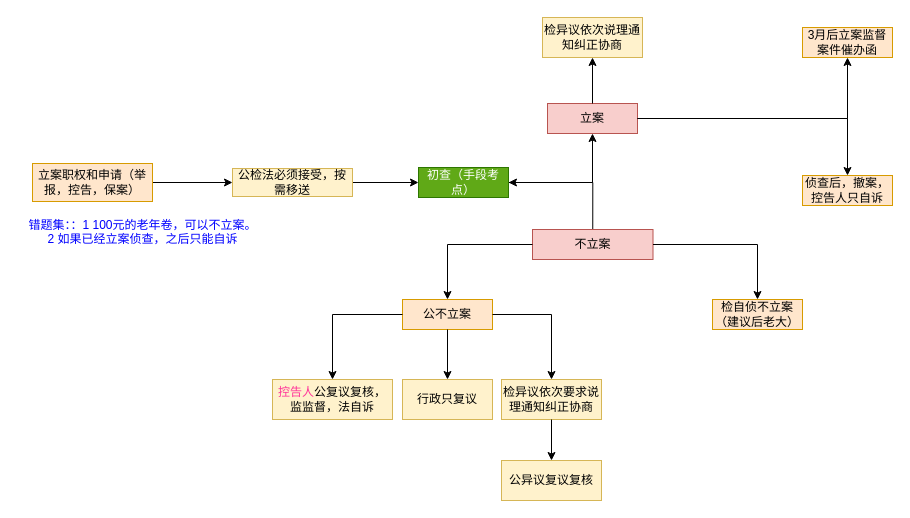
Earlier version of the draw.io diagram 流程图文件/刑诉/专题11立案.drawio (woshiduanli/Study). Source tidied: cells renumbered, new cells numbered last; positions are measured from the earlier drawing's top-left corner, leaving out a move shared by most shapes. Both pictures are drawn from the tidied source at 100%, with x=0, y=0 at pixel (17, 17).
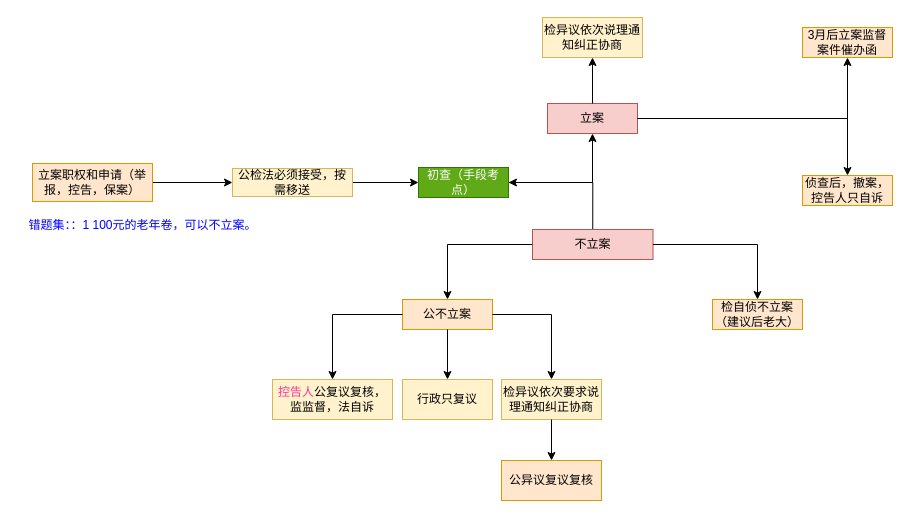
After the change.

Commit message (it also covers changes not shown here):
更新专题11立案.drawio

Unchanged cells that the change refers to:
```xml
<mxCell id="15" style="group;" parent="13" vertex="1">
  <mxGeometry y="70" width="329" height="201" as="geometry" />
</mxCell>
```

Change to the diagram source:
```diff
@@
-    <mxCell id="16" value="公异议复议复核" style="rounded=0;whiteSpace=wrap;html=1;fillColor=#fff2cc;strokeColor=#d6b656;" parent="15" vertex="1">
+    <mxCell id="16" value="公异议复议复核" style="rounded=0;whiteSpace=wrap;html=1;fillColor=#ffe6cc;strokeColor=#d79b00;" parent="15" vertex="1">
       <mxGeometry x="229" y="161" width="100" height="40" as="geometry" />
     </mxCell>
@@
-    <mxCell id="29" value="&lt;font color=&quot;#0000ff&quot;&gt;错题集：：1 100元的老年卷，可以不立案。&lt;br&gt;2 如果已经立案侦查，之后只能自诉&lt;br&gt;&lt;br&gt;&lt;/font&gt;" style="text;html=1;align=center;verticalAlign=middle;strokeColor=none;fillColor=none;fontColor=#FF3399;" parent="1" vertex="1">
+    <mxCell id="29" value="&lt;font color=&quot;#0000ff&quot;&gt;错题集：：1 100元的老年卷，可以不立案。&lt;br&gt;&lt;br&gt;&lt;br&gt;&lt;/font&gt;" style="text;html=1;align=center;verticalAlign=middle;strokeColor=none;fillColor=none;fontColor=#FF3399;" parent="1" vertex="1">
       <mxGeometry y="197" width="250" height="50" as="geometry" />
     </mxCell>
```
